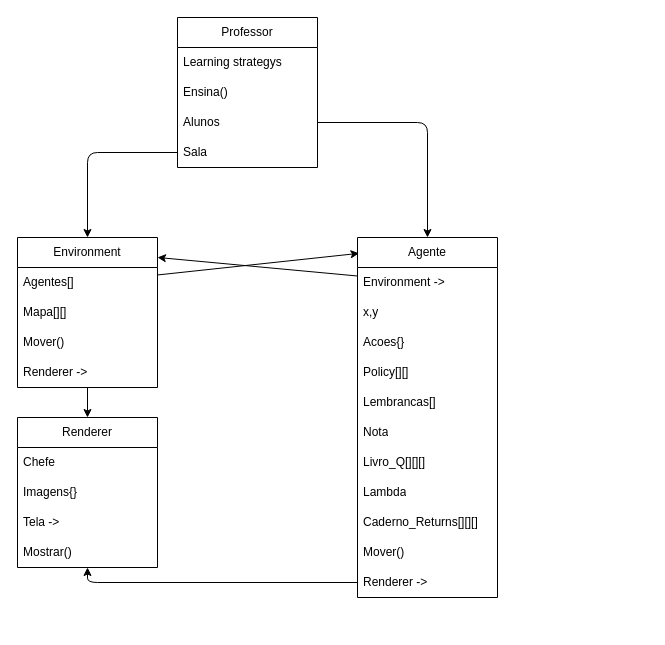
This is trabalho 1/arquitetura.drawio from salocinrevenge/RLTroco, a draw.io file, before an edit. Source tidied: cells renumbered, new cells numbered last; positions are measured from the earlier drawing's top-left corner, leaving out a move shared by most shapes. Both pictures are drawn from the tidied source at 100%, with x=0, y=0 at pixel (17, 17).
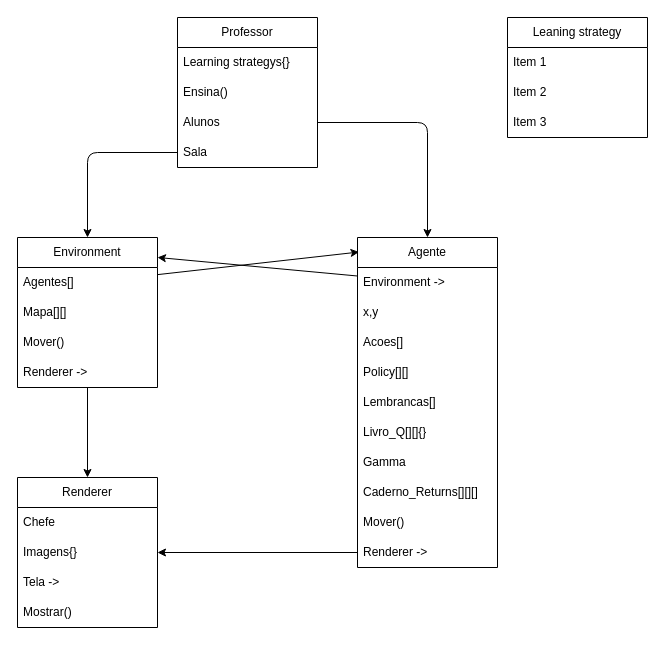
Above is the later version.

The change refers to these unchanged cells:
```xml
<mxCell id="24" value="Professor" style="swimlane;fontStyle=0;horizontal=1;startSize=30;whiteSpace=wrap;html=1;" parent="1" vertex="1">
  <mxGeometry x="160" width="140" height="150" as="geometry" />
</mxCell>
```

What changed in the source:
```diff
@@
     <mxCell id="7" value="Agente" style="swimlane;fontStyle=0;horizontal=1;startSize=30;whiteSpace=wrap;html=1;" parent="1" vertex="1">
-      <mxGeometry x="340" y="220" width="140" height="360" as="geometry" />
+      <mxGeometry x="340" y="220" width="140" height="330" as="geometry" />
     </mxCell>
@@
-    <mxCell id="10" value="Acoes{}" style="text;strokeColor=none;fillColor=none;align=left;verticalAlign=middle;spacingLeft=4;spacingRight=4;overflow=hidden;whiteSpace=wrap;html=1;" parent="7" vertex="1">
+    <mxCell id="10" value="Acoes[]" style="text;strokeColor=none;fillColor=none;align=left;verticalAlign=middle;spacingLeft=4;spacingRight=4;overflow=hidden;whiteSpace=wrap;html=1;" parent="7" vertex="1">
       <mxGeometry y="90" width="140" height="30" as="geometry" />
     </mxCell>
@@
-    <mxCell id="13" value="Nota" style="text;strokeColor=none;fillColor=none;align=left;verticalAlign=middle;spacingLeft=4;spacingRight=4;overflow=hidden;whiteSpace=wrap;html=1;" parent="7" vertex="1">
-      <mxGeometry y="180" width="140" height="30" as="geometry" />
-    </mxCell>
-    <mxCell id="14" value="Livro_Q[][][]" style="text;strokeColor=none;fillColor=none;align=left;verticalAlign=middle;spacingLeft=4;spacingRight=4;overflow=hidden;whiteSpace=wrap;html=1;" parent="7" vertex="1">
-      <mxGeometry y="210" width="140" height="30" as="geometry" />
+    <mxCell id="14" value="Livro_Q[][]{}" style="text;strokeColor=none;fillColor=none;align=left;verticalAlign=middle;spacingLeft=4;spacingRight=4;overflow=hidden;whiteSpace=wrap;html=1;" parent="7" vertex="1">
+      <mxGeometry y="180" width="140" height="30" as="geometry" />
     </mxCell>
-    <mxCell id="15" value="Lambda" style="text;strokeColor=none;fillColor=none;align=left;verticalAlign=middle;spacingLeft=4;spacingRight=4;overflow=hidden;whiteSpace=wrap;html=1;" parent="7" vertex="1">
-      <mxGeometry y="240" width="140" height="30" as="geometry" />
+    <mxCell id="15" value="Gamma" style="text;strokeColor=none;fillColor=none;align=left;verticalAlign=middle;spacingLeft=4;spacingRight=4;overflow=hidden;whiteSpace=wrap;html=1;" parent="7" vertex="1">
+      <mxGeometry y="210" width="140" height="30" as="geometry" />
     </mxCell>
     <mxCell id="16" value="Caderno_Returns[][][]" style="text;strokeColor=none;fillColor=none;align=left;verticalAlign=middle;spacingLeft=4;spacingRight=4;overflow=hidden;whiteSpace=wrap;html=1;" parent="7" vertex="1">
-      <mxGeometry y="270" width="140" height="30" as="geometry" />
+      <mxGeometry y="240" width="140" height="30" as="geometry" />
     </mxCell>
     <mxCell id="17" value="Mover()" style="text;strokeColor=none;fillColor=none;align=left;verticalAlign=middle;spacingLeft=4;spacingRight=4;overflow=hidden;whiteSpace=wrap;html=1;" parent="7" vertex="1">
-      <mxGeometry y="300" width="140" height="30" as="geometry" />
+      <mxGeometry y="270" width="140" height="30" as="geometry" />
     </mxCell>
     <mxCell id="18" value="Renderer -&amp;gt;" style="text;strokeColor=none;fillColor=none;align=left;verticalAlign=middle;spacingLeft=4;spacingRight=4;overflow=hidden;points=[[0,0.5],[1,0.5]];portConstraint=eastwest;whiteSpace=wrap;html=1;" parent="7" vertex="1">
-      <mxGeometry y="330" width="140" height="30" as="geometry" />
+      <mxGeometry y="300" width="140" height="30" as="geometry" />
     </mxCell>
     <mxCell id="19" value="Renderer" style="swimlane;fontStyle=0;horizontal=1;startSize=30;whiteSpace=wrap;html=1;" parent="1" vertex="1">
-      <mxGeometry y="400" width="140" height="150" as="geometry" />
+      <mxGeometry y="460" width="140" height="150" as="geometry" />
     </mxCell>
@@
-    <mxCell id="25" value="Learning strategys" style="text;strokeColor=none;fillColor=none;align=left;verticalAlign=middle;spacingLeft=4;spacingRight=4;overflow=hidden;whiteSpace=wrap;html=1;" parent="24" vertex="1">
+    <mxCell id="25" value="Learning strategys{}" style="text;strokeColor=none;fillColor=none;align=left;verticalAlign=middle;spacingLeft=4;spacingRight=4;overflow=hidden;whiteSpace=wrap;html=1;" parent="24" vertex="1">
       <mxGeometry y="30" width="140" height="30" as="geometry" />
     </mxCell>
@@
     <mxCell id="34" style="edgeStyle=none;html=1;" parent="1" edge="1" source="18" target="19">
-      <mxGeometry relative="1" as="geometry">
-        <Array as="points">
-          <mxPoint x="70" y="565" />
-        </Array>
-      </mxGeometry>
+      <mxGeometry relative="1" as="geometry" />
     </mxCell>
+    <mxCell id="35" value="Leaning strategy" style="swimlane;fontStyle=0;horizontal=1;startSize=30;whiteSpace=wrap;html=1;" parent="1" vertex="1">
+      <mxGeometry x="490" width="140" height="120" as="geometry" />
+    </mxCell>
+    <mxCell id="36" value="Item 1" style="text;strokeColor=none;fillColor=none;align=left;verticalAlign=middle;spacingLeft=4;spacingRight=4;overflow=hidden;whiteSpace=wrap;html=1;" parent="35" vertex="1">
+      <mxGeometry y="30" width="140" height="30" as="geometry" />
+    </mxCell>
+    <mxCell id="37" value="Item 2" style="text;strokeColor=none;fillColor=none;align=left;verticalAlign=middle;spacingLeft=4;spacingRight=4;overflow=hidden;whiteSpace=wrap;html=1;" parent="35" vertex="1">
+      <mxGeometry y="60" width="140" height="30" as="geometry" />
+    </mxCell>
+    <mxCell id="38" value="Item 3" style="text;strokeColor=none;fillColor=none;align=left;verticalAlign=middle;spacingLeft=4;spacingRight=4;overflow=hidden;whiteSpace=wrap;html=1;" parent="35" vertex="1">
+      <mxGeometry y="90" width="140" height="30" as="geometry" />
+    </mxCell>
```
